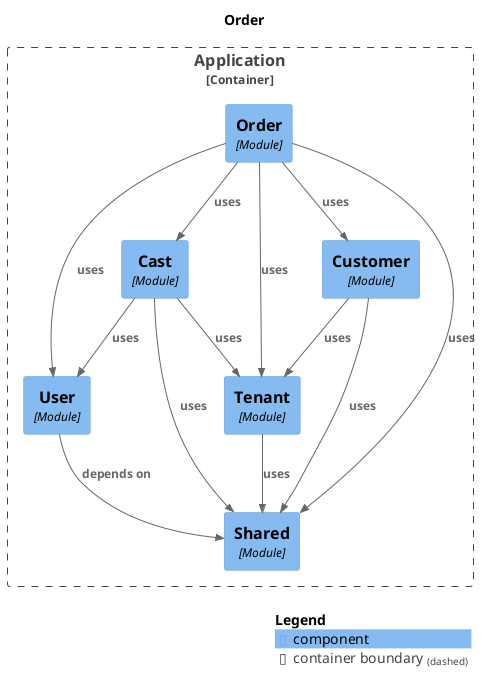
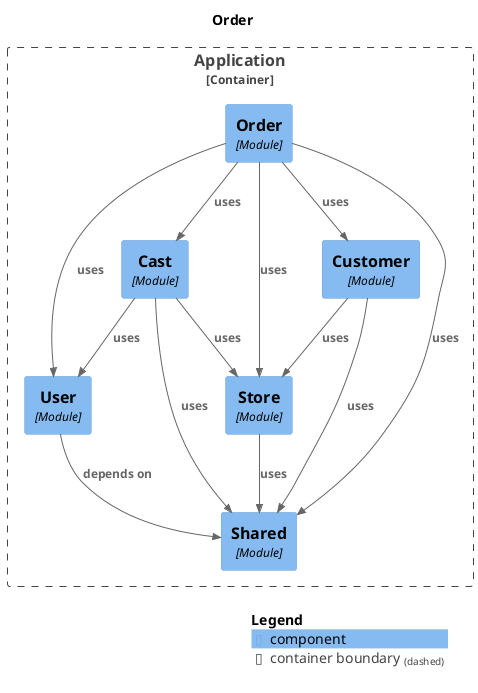
@startuml
set separator none
title Order

top to bottom direction

!include <C4/C4>
!include <C4/C4_Context>
!include <C4/C4_Component>

Container_Boundary("Application.Application_boundary", "Application", $tags="") {
-   Component(Application.Application.Tenant, "Tenant", $techn="Module", $descr="", $tags="", $link="")
+   Component(Application.Application.Store, "Store", $techn="Module", $descr="", $tags="", $link="")
  Component(Application.Application.Cast, "Cast", $techn="Module", $descr="", $tags="", $link="")
  Component(Application.Application.Customer, "Customer", $techn="Module", $descr="", $tags="", $link="")
  Component(Application.Application.Order, "Order", $techn="Module", $descr="", $tags="", $link="")
  Component(Application.Application.Shared, "Shared", $techn="Module", $descr="", $tags="", $link="")
  Component(Application.Application.User, "User", $techn="Module", $descr="", $tags="", $link="")
}

Rel(Application.Application.User, Application.Application.Shared, "depends on", $techn="", $tags="", $link="")
Rel(Application.Application.Customer, Application.Application.Shared, "uses", $techn="", $tags="", $link="")
- Rel(Application.Application.Customer, Application.Application.Tenant, "uses", $techn="", $tags="", $link="")
+ Rel(Application.Application.Customer, Application.Application.Store, "uses", $techn="", $tags="", $link="")
Rel(Application.Application.Order, Application.Application.Customer, "uses", $techn="", $tags="", $link="")
Rel(Application.Application.Order, Application.Application.Cast, "uses", $techn="", $tags="", $link="")
Rel(Application.Application.Order, Application.Application.User, "uses", $techn="", $tags="", $link="")
- Rel(Application.Application.Order, Application.Application.Tenant, "uses", $techn="", $tags="", $link="")
+ Rel(Application.Application.Order, Application.Application.Store, "uses", $techn="", $tags="", $link="")
Rel(Application.Application.Order, Application.Application.Shared, "uses", $techn="", $tags="", $link="")
Rel(Application.Application.Cast, Application.Application.User, "uses", $techn="", $tags="", $link="")
- Rel(Application.Application.Cast, Application.Application.Tenant, "uses", $techn="", $tags="", $link="")
+ Rel(Application.Application.Cast, Application.Application.Store, "uses", $techn="", $tags="", $link="")
Rel(Application.Application.Cast, Application.Application.Shared, "uses", $techn="", $tags="", $link="")
- Rel(Application.Application.Tenant, Application.Application.Shared, "uses", $techn="", $tags="", $link="")
+ Rel(Application.Application.Store, Application.Application.Shared, "uses", $techn="", $tags="", $link="")

SHOW_LEGEND(true)
@enduml